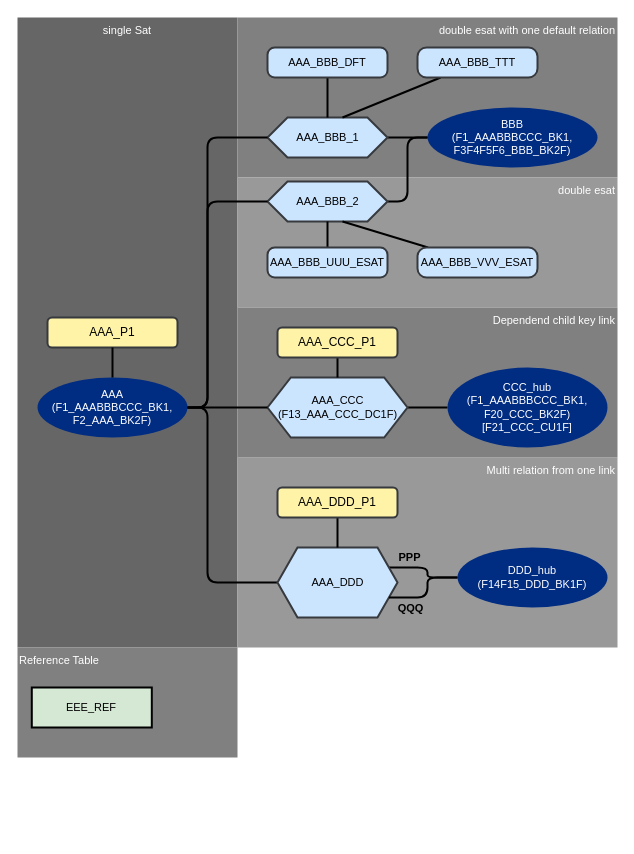
Above: documentation/images/test55_model.drawio in cimt-ag/data_vault_pipelinedescription (draw.io), before the change. Source tidied: cells renumbered, new cells numbered last; positions are measured from the earlier drawing's top-left corner, leaving out a move shared by most shapes. Both pictures are drawn from the tidied source at 100%, with x=0, y=0 at pixel (17, 17).
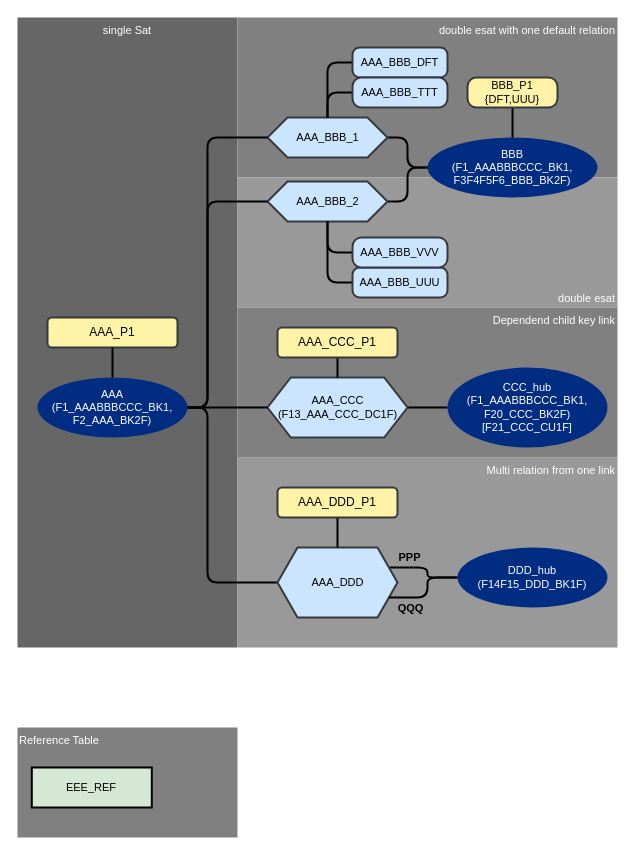
The same page after the edit.

The change refers to these unchanged cells:
```xml
<mxCell id="15" value="AAA_BBB_1" style="verticalLabelPosition=middle;verticalAlign=middle;html=1;shape=hexagon;perimeter=hexagonPerimeter2;arcSize=6;size=0.16666666666666666;fillColor=#cce5ff;strokeColor=#36393d;strokeWidth=2;fontFamily=Helvetica;fontSize=11;fontColor=default;labelPosition=center;align=center;" parent="9" vertex="1">
  <mxGeometry x="250" y="100" width="120" height="40" as="geometry" />
</mxCell>
<mxCell id="22" value="AAA_BBB_2" style="verticalLabelPosition=middle;verticalAlign=middle;html=1;shape=hexagon;perimeter=hexagonPerimeter2;arcSize=6;size=0.16666666666666666;fillColor=#cce5ff;strokeColor=#36393d;strokeWidth=2;fontFamily=Helvetica;fontSize=11;fontColor=default;labelPosition=center;align=center;" parent="9" vertex="1">
  <mxGeometry x="250" y="164" width="120" height="40" as="geometry" />
</mxCell>
```

The edit, as a diff of the source:
```diff
@@
-    <mxCell id="4" value="double esat" style="rounded=0;whiteSpace=wrap;html=1;fontFamily=Helvetica;fontSize=11;fontColor=#FFFFFF;fillColor=#999999;verticalAlign=top;strokeColor=none;align=right;" parent="1" vertex="1">
+    <mxCell id="4" value="double esat" style="rounded=0;whiteSpace=wrap;html=1;fontFamily=Helvetica;fontSize=11;fontColor=#FFFFFF;fillColor=#999999;verticalAlign=bottom;strokeColor=none;align=right;" parent="1" vertex="1">
       <mxGeometry x="220" y="160" width="380" height="130" as="geometry" />
     </mxCell>
@@
     <mxCell id="7" value="Reference Table" style="rounded=0;whiteSpace=wrap;html=1;fontFamily=Helvetica;fontSize=11;fontColor=#FFFFFF;fillColor=#808080;verticalAlign=top;strokeColor=none;align=left;" parent="1" vertex="1">
-      <mxGeometry y="630" width="220" height="110" as="geometry" />
+      <mxGeometry y="710" width="220" height="110" as="geometry" />
     </mxCell>
     <mxCell id="8" value="EEE_REF" style="rounded=0;whiteSpace=wrap;html=1;strokeColor=#000000;strokeWidth=2;fillColor=#d5e8d4;fontFamily=Helvetica;fontSize=11;fontColor=default;" parent="1" vertex="1">
-      <mxGeometry x="14.3" y="670" width="120" height="40" as="geometry" />
+      <mxGeometry x="14.3" y="750" width="120" height="40" as="geometry" />
     </mxCell>
@@
     <mxCell id="13" value="BBB&lt;br&gt;(F1_AAABBBCCC_BK1,&lt;br style=&quot;border-color: var(--border-color);&quot;&gt;F3F4F5F6_BBB_BK2F)" style="strokeWidth=2;html=1;shape=mxgraph.flowchart.start_1;whiteSpace=wrap;strokeColor=none;fontColor=#ffffff;fillColor=#002C82;fontFamily=Helvetica;fontSize=11;" parent="9" vertex="1">
-      <mxGeometry x="410" y="90" width="170" height="60" as="geometry" />
+      <mxGeometry x="410" y="120" width="170" height="60" as="geometry" />
     </mxCell>
-    <mxCell id="14" style="edgeStyle=orthogonalEdgeStyle;shape=connector;rounded=1;jumpStyle=none;jettySize=auto;html=1;labelBackgroundColor=default;strokeColor=default;strokeWidth=2;fontFamily=Helvetica;fontSize=11;fontColor=default;endArrow=none;endFill=0;" parent="9" edge="1" source="15">
-      <mxGeometry relative="1" as="geometry">
-        <mxPoint x="410" y="120" as="targetPoint" />
-      </mxGeometry>
+    <mxCell id="14" style="edgeStyle=orthogonalEdgeStyle;shape=connector;rounded=1;jumpStyle=none;jettySize=auto;html=1;labelBackgroundColor=default;strokeColor=default;strokeWidth=2;fontFamily=Helvetica;fontSize=11;fontColor=default;endArrow=none;endFill=0;" parent="9" edge="1" source="15" target="13">
+      <mxGeometry relative="1" as="geometry" />
     </mxCell>
@@
-    <mxCell id="17" style="edgeStyle=orthogonalEdgeStyle;shape=connector;rounded=1;jumpStyle=none;jettySize=auto;html=1;labelBackgroundColor=default;strokeColor=default;strokeWidth=2;fontFamily=Helvetica;fontSize=11;fontColor=default;endArrow=none;endFill=0;" parent="9" edge="1" source="18" target="15">
+    <mxCell id="17" style="edgeStyle=orthogonalEdgeStyle;shape=connector;rounded=1;jumpStyle=none;jettySize=auto;html=1;labelBackgroundColor=default;strokeColor=default;strokeWidth=2;fontFamily=Helvetica;fontSize=11;fontColor=default;endArrow=none;endFill=0;exitX=0;exitY=0.5;exitDx=0;exitDy=0;" parent="9" edge="1" source="18" target="15">
       <mxGeometry relative="1" as="geometry" />
     </mxCell>
     <mxCell id="18" value="AAA_BBB_DFT" style="rounded=1;whiteSpace=wrap;html=1;strokeColor=#36393d;fillColor=#cce5ff;strokeWidth=2;fontSize=11;arcSize=24;" parent="9" vertex="1">
-      <mxGeometry x="250" y="30" width="120" height="30" as="geometry" />
+      <mxGeometry x="335" y="30" width="95" height="30" as="geometry" />
     </mxCell>
-    <mxCell id="19" style="shape=connector;rounded=1;jumpStyle=none;jettySize=auto;html=1;labelBackgroundColor=default;strokeColor=default;strokeWidth=2;fontFamily=Helvetica;fontSize=11;fontColor=default;endArrow=none;endFill=0;entryX=0.625;entryY=0;entryDx=0;entryDy=0;" parent="9" edge="1" source="20" target="15">
-      <mxGeometry relative="1" as="geometry" />
+    <mxCell id="19" style="shape=connector;rounded=1;jumpStyle=none;jettySize=auto;html=1;labelBackgroundColor=default;strokeColor=default;strokeWidth=2;fontFamily=Helvetica;fontSize=11;fontColor=default;endArrow=none;endFill=0;edgeStyle=orthogonalEdgeStyle;" parent="9" edge="1" source="20" target="15">
+      <mxGeometry relative="1" as="geometry">
+        <Array as="points">
+          <mxPoint x="310" y="75" />
+        </Array>
+      </mxGeometry>
     </mxCell>
     <mxCell id="20" value="AAA_BBB_TTT" style="rounded=1;whiteSpace=wrap;html=1;strokeColor=#36393d;fillColor=#cce5ff;strokeWidth=2;fontSize=11;arcSize=30;" parent="9" vertex="1">
-      <mxGeometry x="400" y="30" width="120" height="30" as="geometry" />
+      <mxGeometry x="335" y="60" width="95" height="30" as="geometry" />
     </mxCell>
@@
-    <mxCell id="32" style="edgeStyle=none;shape=connector;rounded=1;jumpStyle=none;jettySize=auto;html=1;labelBackgroundColor=default;strokeColor=default;strokeWidth=2;fontFamily=Helvetica;fontSize=11;fontColor=default;endArrow=none;endFill=0;" parent="9" edge="1" source="33" target="22">
+    <mxCell id="32" style="edgeStyle=orthogonalEdgeStyle;shape=connector;rounded=1;jumpStyle=none;jettySize=auto;html=1;labelBackgroundColor=default;strokeColor=default;strokeWidth=2;fontFamily=Helvetica;fontSize=11;fontColor=default;endArrow=none;endFill=0;exitX=0;exitY=0.5;exitDx=0;exitDy=0;" parent="9" edge="1" source="33" target="22">
       <mxGeometry relative="1" as="geometry" />
     </mxCell>
-    <mxCell id="33" value="AAA_BBB_UUU_ESAT" style="rounded=1;whiteSpace=wrap;html=1;strokeColor=#36393d;fillColor=#cce5ff;strokeWidth=2;fontSize=11;arcSize=24;" parent="9" vertex="1">
-      <mxGeometry x="250" y="230" width="120" height="30" as="geometry" />
+    <mxCell id="33" value="AAA_BBB_UUU" style="rounded=1;whiteSpace=wrap;html=1;strokeColor=#36393d;fillColor=#cce5ff;strokeWidth=2;fontSize=11;arcSize=24;" parent="9" vertex="1">
+      <mxGeometry x="335" y="250" width="95" height="30" as="geometry" />
     </mxCell>
-    <mxCell id="34" style="edgeStyle=none;shape=connector;rounded=1;jumpStyle=none;jettySize=auto;html=1;labelBackgroundColor=default;strokeColor=default;strokeWidth=2;fontFamily=Helvetica;fontSize=11;fontColor=default;endArrow=none;endFill=0;entryX=0.625;entryY=1;entryDx=0;entryDy=0;" parent="9" edge="1" source="35" target="22">
+    <mxCell id="34" style="edgeStyle=orthogonalEdgeStyle;shape=connector;rounded=1;jumpStyle=none;jettySize=auto;html=1;labelBackgroundColor=default;strokeColor=default;strokeWidth=2;fontFamily=Helvetica;fontSize=11;fontColor=default;endArrow=none;endFill=0;exitX=0;exitY=0.5;exitDx=0;exitDy=0;" parent="9" edge="1" source="35" target="22">
       <mxGeometry relative="1" as="geometry" />
     </mxCell>
-    <mxCell id="35" value="AAA_BBB_VVV_ESAT" style="rounded=1;whiteSpace=wrap;html=1;strokeColor=#36393d;fillColor=#cce5ff;strokeWidth=2;fontSize=11;arcSize=30;" parent="9" vertex="1">
-      <mxGeometry x="400" y="230" width="120" height="30" as="geometry" />
-    </mxCell>
@@
+    <mxCell id="35" value="AAA_BBB_VVV" style="rounded=1;whiteSpace=wrap;html=1;strokeColor=#36393d;fillColor=#cce5ff;strokeWidth=2;fontSize=11;arcSize=30;" parent="9" vertex="1">
+      <mxGeometry x="335" y="220" width="95" height="30" as="geometry" />
+    </mxCell>
+    <mxCell id="42" style="edgeStyle=orthogonalEdgeStyle;shape=connector;rounded=1;jumpStyle=none;jettySize=auto;html=1;labelBackgroundColor=default;strokeColor=default;strokeWidth=2;fontFamily=Helvetica;fontSize=11;fontColor=default;endArrow=none;endFill=0;" parent="9" edge="1" source="43" target="13">
+      <mxGeometry relative="1" as="geometry" />
+    </mxCell>
+    <mxCell id="43" value="BBB_P1&lt;br style=&quot;font-size: 11px;&quot;&gt;{DFT,UUU}" style="rounded=1;whiteSpace=wrap;html=1;strokeColor=#36393d;fillColor=#FFF3A8;strokeWidth=2;fontSize=11;arcSize=30;" parent="9" vertex="1">
+      <mxGeometry x="450" y="60" width="90" height="30" as="geometry" />
+    </mxCell>
```
